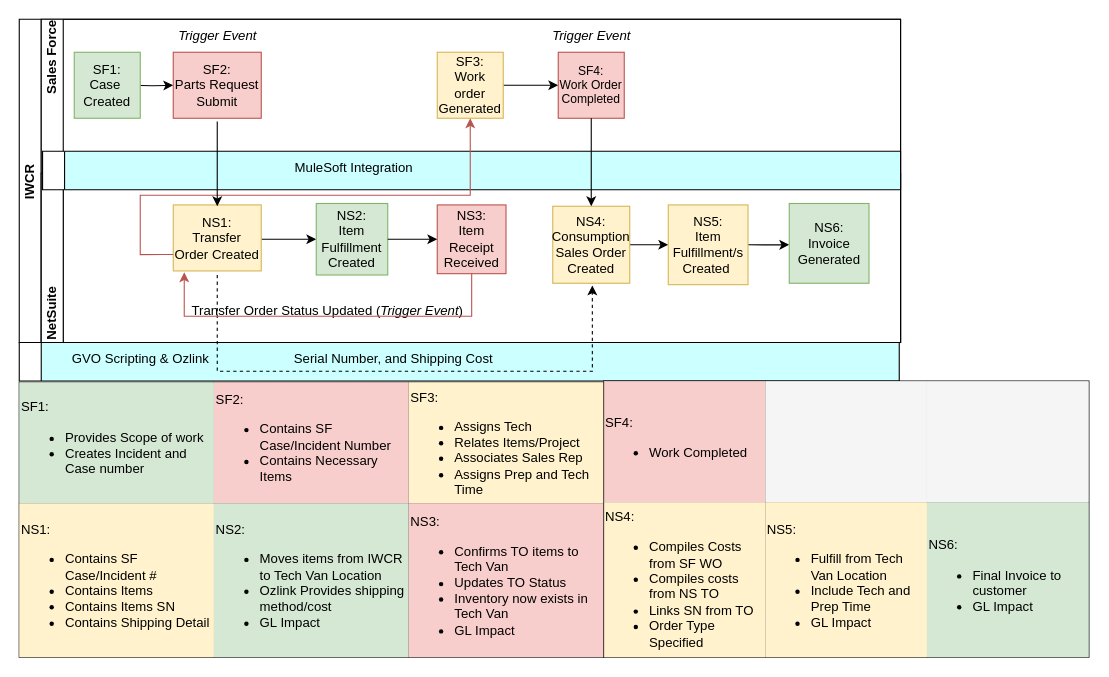
This is Untitled Diagram.drawio from CWalrath/cwalrath.github.io, a draw.io file, before an edit. Source tidied: cells renumbered, new cells numbered last; positions are measured from the earlier drawing's top-left corner, leaving out a move shared by most shapes. Both pictures are drawn from the tidied source at 110%, with x=0, y=0 at pixel (19, 19).
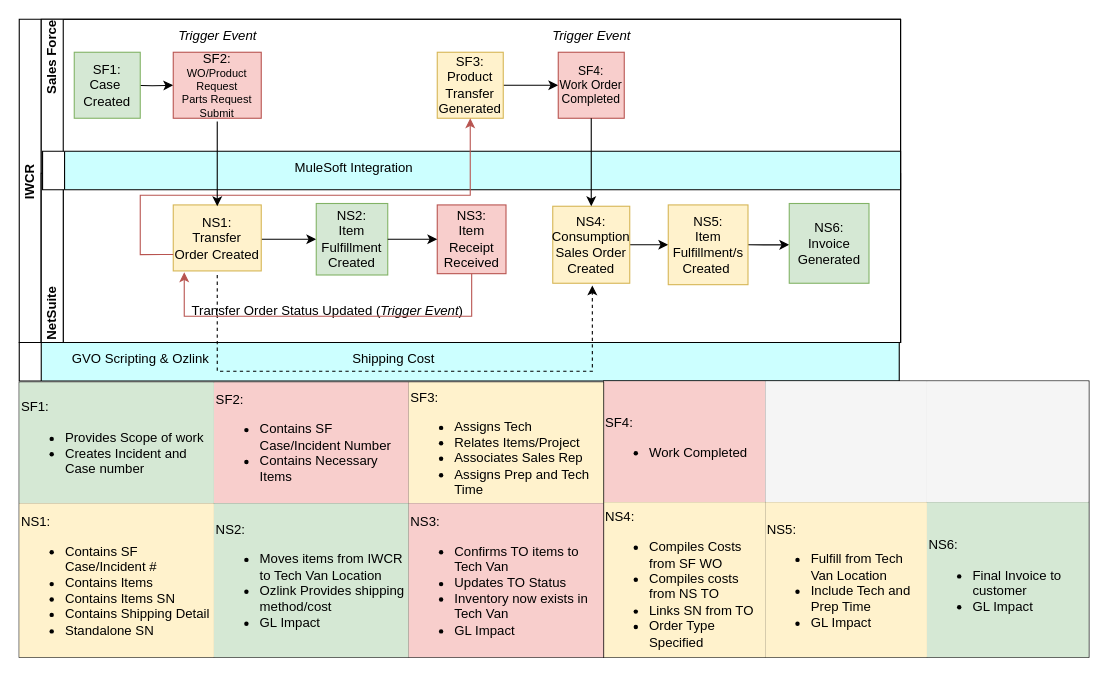
The same diagram, later.

The change refers to these unchanged cells:
```xml
<mxCell id="2" style="swimlane;html=1;startSize=20;horizontal=0;gradientColor=none;swimlaneFillColor=#CCFFFF;" parent="1" vertex="1">
  <mxGeometry y="293.8" width="800" height="35" as="geometry" />
</mxCell>
<mxCell id="6" value="Sales Force" style="swimlane;html=1;startSize=20;horizontal=0;align=right;" parent="5" vertex="1">
  <mxGeometry x="20" width="781.2" height="293.8" as="geometry" />
</mxCell>
<mxCell id="48" style="shape=tableRow;horizontal=0;startSize=0;swimlaneHead=0;swimlaneBody=0;strokeColor=inherit;top=0;left=0;bottom=0;right=0;fillColor=none;fontSize=16;" parent="43" vertex="1">
  <mxGeometry y="110" width="531.2" height="140" as="geometry" />
</mxCell>
```

Change to the diagram source:
```diff
@@
-    <mxCell id="4" value="Serial Number, and Shipping Cost" style="text;html=1;align=center;verticalAlign=middle;strokeColor=none;fillColor=none;" parent="2" vertex="1">
-      <mxGeometry x="240" width="200" height="30" as="geometry" />
+    <mxCell id="4" value="Shipping Cost" style="text;html=1;align=center;verticalAlign=middle;strokeColor=none;fillColor=none;" parent="2" vertex="1">
+      <mxGeometry x="290" width="100" height="30" as="geometry" />
     </mxCell>
@@
-    <mxCell id="8" value="SF2:&lt;div&gt;Parts Request Submit&lt;/div&gt;" style="rounded=0;whiteSpace=wrap;html=1;fontFamily=Helvetica;fontSize=12;align=center;fillColor=#f8cecc;strokeColor=#b85450;" parent="6" vertex="1">
+    <mxCell id="8" value="SF2:&lt;div style=&quot;font-size: 10px;&quot;&gt;WO/Product Request&lt;br&gt;&lt;div&gt;Parts Request Submit&lt;/div&gt;&lt;/div&gt;" style="rounded=0;whiteSpace=wrap;html=1;fontFamily=Helvetica;fontSize=12;align=center;fillColor=#f8cecc;strokeColor=#b85450;" parent="6" vertex="1">
       <mxGeometry x="120" y="30" width="80" height="60" as="geometry" />
     </mxCell>
@@
-    <mxCell id="11" value="SF3:&lt;div&gt;Work order Generated&lt;/div&gt;" style="rounded=0;whiteSpace=wrap;html=1;fontFamily=Helvetica;fontSize=12;align=center;fillColor=#fff2cc;strokeColor=#d6b656;" parent="6" vertex="1">
+    <mxCell id="11" value="SF3:&lt;div&gt;Product&lt;/div&gt;&lt;div&gt;Transfer Generated&lt;/div&gt;" style="rounded=0;whiteSpace=wrap;html=1;fontFamily=Helvetica;fontSize=12;align=center;fillColor=#fff2cc;strokeColor=#d6b656;" parent="6" vertex="1">
       <mxGeometry x="360" y="30" width="60" height="60" as="geometry" />
     </mxCell>
@@
-    <mxCell id="49" value="&lt;font style=&quot;font-size: 12px;&quot;&gt;NS1:&lt;/font&gt;&lt;div style=&quot;font-size: 12px;&quot;&gt;&lt;ul style=&quot;&quot;&gt;&lt;li style=&quot;&quot;&gt;&lt;font style=&quot;font-size: 12px;&quot;&gt;Contains SF Case/Incident #&lt;/font&gt;&lt;/li&gt;&lt;li style=&quot;&quot;&gt;&lt;font style=&quot;font-size: 12px;&quot;&gt;Contains Items&lt;/font&gt;&lt;/li&gt;&lt;li style=&quot;&quot;&gt;&lt;font style=&quot;font-size: 12px;&quot;&gt;Contains Items SN&lt;/font&gt;&lt;/li&gt;&lt;li style=&quot;&quot;&gt;&lt;font style=&quot;font-size: 12px;&quot;&gt;Contains Shipping Detail&lt;/font&gt;&lt;/li&gt;&lt;/ul&gt;&lt;/div&gt;" style="shape=partialRectangle;html=1;whiteSpace=wrap;strokeColor=#d6b656;overflow=hidden;fillColor=#fff2cc;top=0;left=0;bottom=0;right=0;fontSize=16;align=left;" parent="48" vertex="1">
+    <mxCell id="49" value="&lt;font style=&quot;font-size: 12px;&quot;&gt;NS1:&lt;/font&gt;&lt;div style=&quot;font-size: 12px;&quot;&gt;&lt;ul style=&quot;&quot;&gt;&lt;li style=&quot;&quot;&gt;&lt;font style=&quot;font-size: 12px;&quot;&gt;Contains SF Case/Incident #&lt;/font&gt;&lt;/li&gt;&lt;li style=&quot;&quot;&gt;&lt;font style=&quot;font-size: 12px;&quot;&gt;Contains Items&lt;/font&gt;&lt;/li&gt;&lt;li style=&quot;&quot;&gt;&lt;font style=&quot;font-size: 12px;&quot;&gt;Contains Items SN&lt;/font&gt;&lt;/li&gt;&lt;li style=&quot;&quot;&gt;&lt;font style=&quot;font-size: 12px;&quot;&gt;Contains Shipping Detail&lt;/font&gt;&lt;/li&gt;&lt;li style=&quot;&quot;&gt;&lt;font style=&quot;font-size: 12px;&quot;&gt;Standalone SN&lt;/font&gt;&lt;/li&gt;&lt;/ul&gt;&lt;/div&gt;" style="shape=partialRectangle;html=1;whiteSpace=wrap;strokeColor=#d6b656;overflow=hidden;fillColor=#fff2cc;top=0;left=0;bottom=0;right=0;fontSize=16;align=left;" parent="48" vertex="1">
       <mxGeometry width="177" height="140" as="geometry" />
     </mxCell>
```
